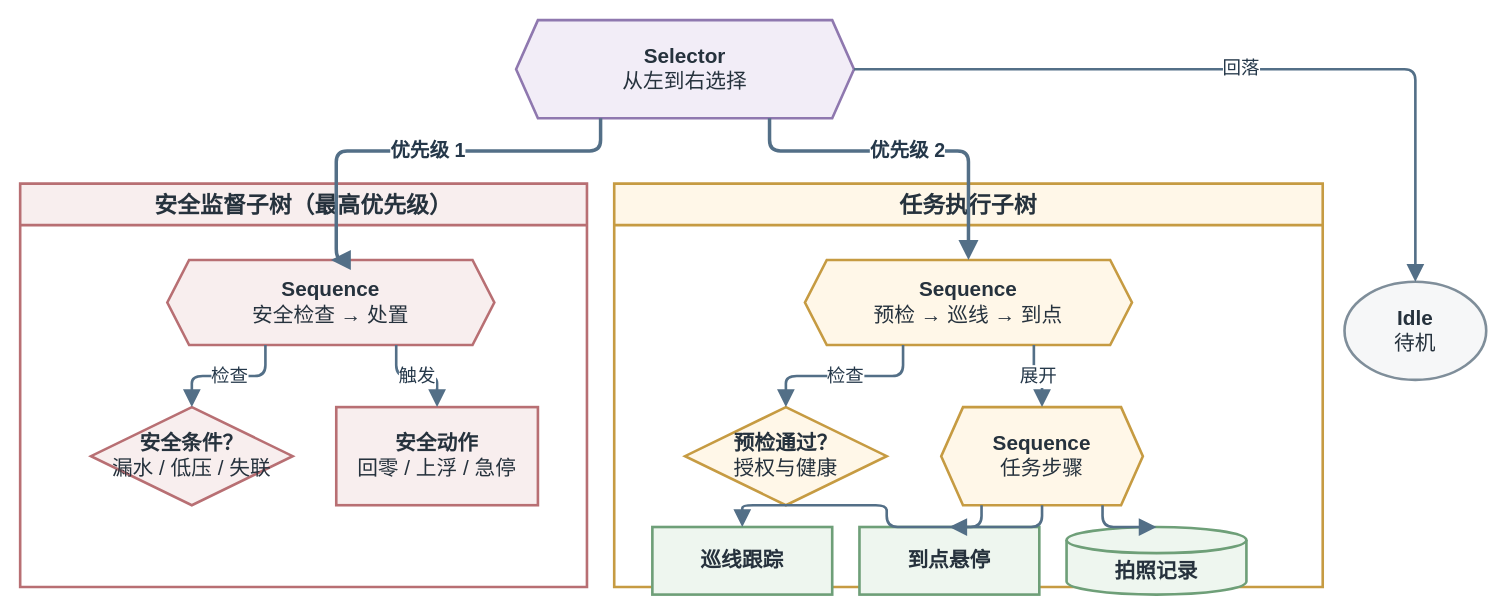
Earlier version of the draw.io diagram docs/thesis/figures/architecture/auv_v2_behavior_tree_illustration.drawio (360ZMEM/AUV-Master-Project). Source tidied: cells renumbered, new cells numbered last; positions are measured from the earlier drawing's top-left corner, leaving out a move shared by most shapes. Both pictures are drawn from the tidied source at 109%, with x=0, y=0 at pixel (20, 20).
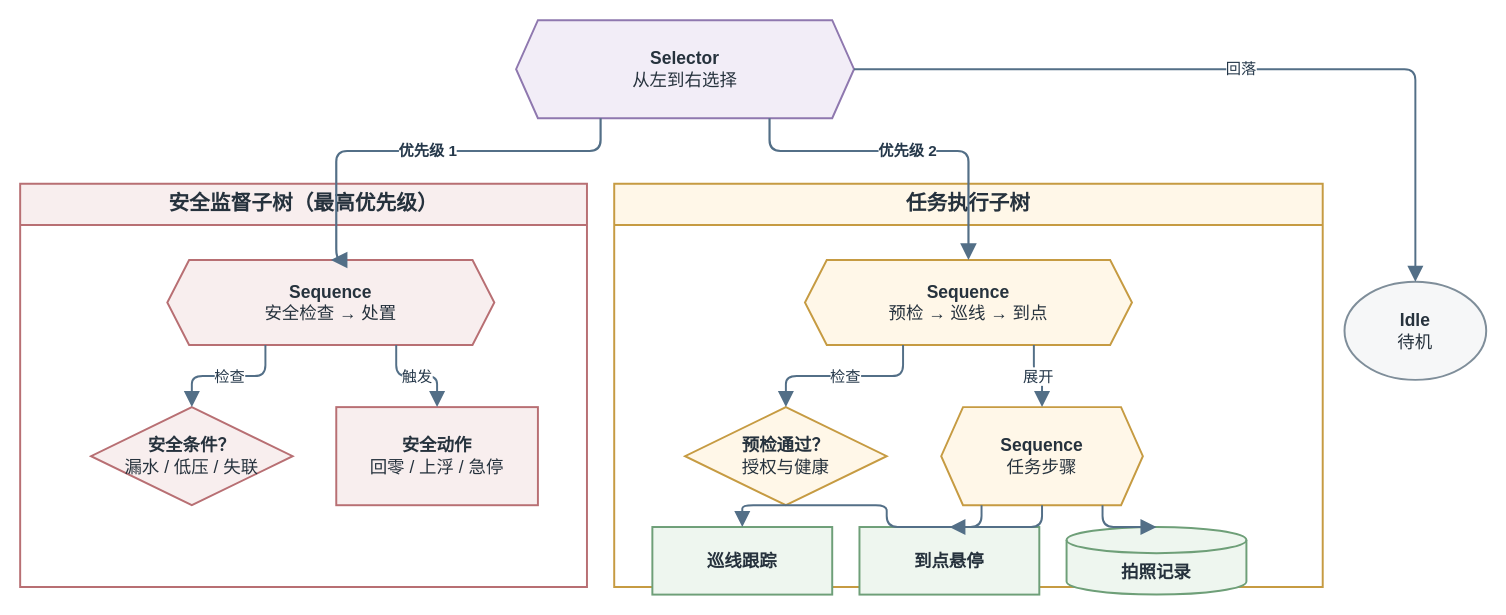
After the change.

Change to the diagram source:
```diff
@@
-    <mxCell id="2" value="安全监督子树（最高优先级）" style="swimlane;whiteSpace=wrap;html=1;startSize=38;rounded=0;fillColor=#F8EEEE;strokeColor=#B86F73;strokeWidth=2.4;fontFamily=Songti SC;fontSize=21;fontStyle=1;fontColor=#26323D;" parent="1" vertex="1">
+    <mxCell id="2" value="安全监督子树（最高优先级）" style="swimlane;whiteSpace=wrap;html=1;startSize=38;rounded=0;fillColor=#F8EEEE;strokeColor=#B86F73;strokeWidth=1.8;fontFamily=Songti SC;fontSize=19;fontStyle=1;fontColor=#26323D;" parent="1" vertex="1">
       <mxGeometry y="150" width="520" height="370" as="geometry" />
     </mxCell>
-    <mxCell id="3" value="任务执行子树" style="swimlane;whiteSpace=wrap;html=1;startSize=38;rounded=0;fillColor=#FFF7E8;strokeColor=#C69B42;strokeWidth=2.4;fontFamily=Songti SC;fontSize=21;fontStyle=1;fontColor=#26323D;" parent="1" vertex="1">
+    <mxCell id="3" value="任务执行子树" style="swimlane;whiteSpace=wrap;html=1;startSize=38;rounded=0;fillColor=#FFF7E8;strokeColor=#C69B42;strokeWidth=1.8;fontFamily=Songti SC;fontSize=19;fontStyle=1;fontColor=#26323D;" parent="1" vertex="1">
       <mxGeometry x="545" y="150" width="650" height="370" as="geometry" />
     </mxCell>
-    <mxCell id="4" value="&lt;b&gt;Selector&lt;/b&gt;&lt;br&gt;从左到右选择" style="shape=hexagon;perimeter=hexagonPerimeter2;fixedSize=1;whiteSpace=wrap;html=1;align=center;verticalAlign=middle;fillColor=#F2EDF7;strokeColor=#8F78AF;strokeWidth=2.4;spacing=8;fontFamily=Songti SC;fontSize=19;fontColor=#26323D;" parent="1" vertex="1">
+    <mxCell id="4" value="&lt;b&gt;Selector&lt;/b&gt;&lt;br&gt;从左到右选择" style="shape=hexagon;perimeter=hexagonPerimeter2;fixedSize=1;whiteSpace=wrap;html=1;align=center;verticalAlign=middle;fillColor=#F2EDF7;strokeColor=#8F78AF;strokeWidth=1.8;spacing=8;fontFamily=Songti SC;fontSize=16;fontColor=#26323D;" parent="1" vertex="1">
       <mxGeometry x="455" width="310" height="90" as="geometry" />
     </mxCell>
-    <mxCell id="5" value="&lt;b&gt;Sequence&lt;/b&gt;&lt;br&gt;安全检查 → 处置" style="shape=hexagon;perimeter=hexagonPerimeter2;fixedSize=1;whiteSpace=wrap;html=1;align=center;verticalAlign=middle;fillColor=#F8EEEE;strokeColor=#B86F73;strokeWidth=2.4;spacing=8;fontFamily=Songti SC;fontSize=19;fontColor=#26323D;" parent="2" vertex="1">
+    <mxCell id="5" value="&lt;b&gt;Sequence&lt;/b&gt;&lt;br&gt;安全检查 → 处置" style="shape=hexagon;perimeter=hexagonPerimeter2;fixedSize=1;whiteSpace=wrap;html=1;align=center;verticalAlign=middle;fillColor=#F8EEEE;strokeColor=#B86F73;strokeWidth=1.8;spacing=8;fontFamily=Songti SC;fontSize=16;fontColor=#26323D;" parent="2" vertex="1">
       <mxGeometry x="135" y="70" width="300" height="78" as="geometry" />
     </mxCell>
-    <mxCell id="6" value="&lt;b&gt;安全条件？&lt;/b&gt;&lt;br&gt;漏水 / 低压 / 失联" style="rhombus;whiteSpace=wrap;html=1;align=center;verticalAlign=middle;fillColor=#F8EEEE;strokeColor=#B86F73;strokeWidth=2.4;spacing=8;fontFamily=Songti SC;fontSize=19;fontColor=#26323D;" parent="2" vertex="1">
+    <mxCell id="6" value="&lt;b&gt;安全条件？&lt;/b&gt;&lt;br&gt;漏水 / 低压 / 失联" style="rhombus;whiteSpace=wrap;html=1;align=center;verticalAlign=middle;fillColor=#F8EEEE;strokeColor=#B86F73;strokeWidth=1.8;spacing=8;fontFamily=Songti SC;fontSize=16;fontColor=#26323D;" parent="2" vertex="1">
       <mxGeometry x="65" y="205" width="185" height="90" as="geometry" />
     </mxCell>
-    <mxCell id="7" value="&lt;b&gt;安全动作&lt;/b&gt;&lt;br&gt;回零 / 上浮 / 急停" style="rounded=0;whiteSpace=wrap;html=1;align=center;verticalAlign=middle;fillColor=#F8EEEE;strokeColor=#B86F73;strokeWidth=2.4;spacing=8;fontFamily=Songti SC;fontSize=19;fontColor=#26323D;" parent="2" vertex="1">
+    <mxCell id="7" value="&lt;b&gt;安全动作&lt;/b&gt;&lt;br&gt;回零 / 上浮 / 急停" style="rounded=0;whiteSpace=wrap;html=1;align=center;verticalAlign=middle;fillColor=#F8EEEE;strokeColor=#B86F73;strokeWidth=1.8;spacing=8;fontFamily=Songti SC;fontSize=16;fontColor=#26323D;" parent="2" vertex="1">
       <mxGeometry x="290" y="205" width="185" height="90" as="geometry" />
     </mxCell>
-    <mxCell id="8" value="&lt;b&gt;Sequence&lt;/b&gt;&lt;br&gt;预检 → 巡线 → 到点" style="shape=hexagon;perimeter=hexagonPerimeter2;fixedSize=1;whiteSpace=wrap;html=1;align=center;verticalAlign=middle;fillColor=#FFF7E8;strokeColor=#C69B42;strokeWidth=2.4;spacing=8;fontFamily=Songti SC;fontSize=19;fontColor=#26323D;" parent="3" vertex="1">
+    <mxCell id="8" value="&lt;b&gt;Sequence&lt;/b&gt;&lt;br&gt;预检 → 巡线 → 到点" style="shape=hexagon;perimeter=hexagonPerimeter2;fixedSize=1;whiteSpace=wrap;html=1;align=center;verticalAlign=middle;fillColor=#FFF7E8;strokeColor=#C69B42;strokeWidth=1.8;spacing=8;fontFamily=Songti SC;fontSize=16;fontColor=#26323D;" parent="3" vertex="1">
       <mxGeometry x="175" y="70" width="300" height="78" as="geometry" />
     </mxCell>
-    <mxCell id="9" value="&lt;b&gt;预检通过？&lt;/b&gt;&lt;br&gt;授权与健康" style="rhombus;whiteSpace=wrap;html=1;align=center;verticalAlign=middle;fillColor=#FFF7E8;strokeColor=#C69B42;strokeWidth=2.4;spacing=8;fontFamily=Songti SC;fontSize=19;fontColor=#26323D;" parent="3" vertex="1">
+    <mxCell id="9" value="&lt;b&gt;预检通过？&lt;/b&gt;&lt;br&gt;授权与健康" style="rhombus;whiteSpace=wrap;html=1;align=center;verticalAlign=middle;fillColor=#FFF7E8;strokeColor=#C69B42;strokeWidth=1.8;spacing=8;fontFamily=Songti SC;fontSize=16;fontColor=#26323D;" parent="3" vertex="1">
       <mxGeometry x="65" y="205" width="185" height="90" as="geometry" />
     </mxCell>
-    <mxCell id="10" value="&lt;b&gt;Sequence&lt;/b&gt;&lt;br&gt;任务步骤" style="shape=hexagon;perimeter=hexagonPerimeter2;fixedSize=1;whiteSpace=wrap;html=1;align=center;verticalAlign=middle;fillColor=#FFF7E8;strokeColor=#C69B42;strokeWidth=2.4;spacing=8;fontFamily=Songti SC;fontSize=19;fontColor=#26323D;" parent="3" vertex="1">
+    <mxCell id="10" value="&lt;b&gt;Sequence&lt;/b&gt;&lt;br&gt;任务步骤" style="shape=hexagon;perimeter=hexagonPerimeter2;fixedSize=1;whiteSpace=wrap;html=1;align=center;verticalAlign=middle;fillColor=#FFF7E8;strokeColor=#C69B42;strokeWidth=1.8;spacing=8;fontFamily=Songti SC;fontSize=16;fontColor=#26323D;" parent="3" vertex="1">
       <mxGeometry x="300" y="205" width="185" height="90" as="geometry" />
     </mxCell>
-    <mxCell id="11" value="&lt;b&gt;巡线跟踪&lt;/b&gt;" style="rounded=0;whiteSpace=wrap;html=1;align=center;verticalAlign=middle;fillColor=#EEF6EF;strokeColor=#6E9F78;strokeWidth=2.4;spacing=8;fontFamily=Songti SC;fontSize=19;fontColor=#26323D;" parent="3" vertex="1">
+    <mxCell id="11" value="&lt;b&gt;巡线跟踪&lt;/b&gt;" style="rounded=0;whiteSpace=wrap;html=1;align=center;verticalAlign=middle;fillColor=#EEF6EF;strokeColor=#6E9F78;strokeWidth=1.8;spacing=8;fontFamily=Songti SC;fontSize=16;fontColor=#26323D;" parent="3" vertex="1">
       <mxGeometry x="35" y="315" width="165" height="62" as="geometry" />
     </mxCell>
-    <mxCell id="12" value="&lt;b&gt;到点悬停&lt;/b&gt;" style="rounded=0;whiteSpace=wrap;html=1;align=center;verticalAlign=middle;fillColor=#EEF6EF;strokeColor=#6E9F78;strokeWidth=2.4;spacing=8;fontFamily=Songti SC;fontSize=19;fontColor=#26323D;" parent="3" vertex="1">
+    <mxCell id="12" value="&lt;b&gt;到点悬停&lt;/b&gt;" style="rounded=0;whiteSpace=wrap;html=1;align=center;verticalAlign=middle;fillColor=#EEF6EF;strokeColor=#6E9F78;strokeWidth=1.8;spacing=8;fontFamily=Songti SC;fontSize=16;fontColor=#26323D;" parent="3" vertex="1">
       <mxGeometry x="225" y="315" width="165" height="62" as="geometry" />
     </mxCell>
-    <mxCell id="13" value="&lt;b&gt;拍照记录&lt;/b&gt;" style="shape=cylinder3;boundedLbl=1;backgroundOutline=1;size=12;whiteSpace=wrap;html=1;align=center;verticalAlign=middle;fillColor=#EEF6EF;strokeColor=#6E9F78;strokeWidth=2.4;spacing=8;fontFamily=Songti SC;fontSize=19;fontColor=#26323D;" parent="3" vertex="1">
+    <mxCell id="13" value="&lt;b&gt;拍照记录&lt;/b&gt;" style="shape=cylinder3;boundedLbl=1;backgroundOutline=1;size=12;whiteSpace=wrap;html=1;align=center;verticalAlign=middle;fillColor=#EEF6EF;strokeColor=#6E9F78;strokeWidth=1.8;spacing=8;fontFamily=Songti SC;fontSize=16;fontColor=#26323D;" parent="3" vertex="1">
       <mxGeometry x="415" y="315" width="165" height="62" as="geometry" />
     </mxCell>
-    <mxCell id="14" value="&lt;b&gt;Idle&lt;/b&gt;&lt;br&gt;待机" style="ellipse;whiteSpace=wrap;html=1;align=center;verticalAlign=middle;fillColor=#F6F7F8;strokeColor=#7F8E9A;strokeWidth=2.4;spacing=8;fontFamily=Songti SC;fontSize=19;fontColor=#26323D;" parent="1" vertex="1">
+    <mxCell id="14" value="&lt;b&gt;Idle&lt;/b&gt;&lt;br&gt;待机" style="ellipse;whiteSpace=wrap;html=1;align=center;verticalAlign=middle;fillColor=#F6F7F8;strokeColor=#7F8E9A;strokeWidth=1.8;spacing=8;fontFamily=Songti SC;fontSize=16;fontColor=#26323D;" parent="1" vertex="1">
       <mxGeometry x="1215" y="240" width="130" height="90" as="geometry" />
     </mxCell>
-    <mxCell id="15" value="优先级 1" style="edgeStyle=orthogonalEdgeStyle;rounded=1;jettySize=auto;html=1;strokeColor=#536F87;strokeWidth=3.2;fontFamily=Songti SC;fontSize=18;fontStyle=1;fontColor=#25384A;labelBackgroundColor=#FFFFFF;labelBorderColor=none;endArrow=block;endFill=1;endSize=10;exitX=0.25;exitY=1;entryX=0.5;entryY=0;" parent="1" edge="1" source="4" target="5">
+    <mxCell id="15" value="优先级 1" style="edgeStyle=orthogonalEdgeStyle;rounded=1;jettySize=auto;html=1;strokeColor=#536F87;strokeWidth=2.0;fontFamily=Songti SC;fontSize=14;fontStyle=1;fontColor=#25384A;labelBackgroundColor=#FFFFFF;labelBorderColor=none;endArrow=block;endFill=1;endSize=10;exitX=0.25;exitY=1;entryX=0.5;entryY=0;" parent="1" edge="1" source="4" target="5">
       <mxGeometry relative="1" as="geometry">
         <Array as="points">
           <mxPoint x="290" y="120" />
         </Array>
       </mxGeometry>
     </mxCell>
-    <mxCell id="16" value="优先级 2" style="edgeStyle=orthogonalEdgeStyle;rounded=1;jettySize=auto;html=1;strokeColor=#536F87;strokeWidth=3.2;fontFamily=Songti SC;fontSize=18;fontStyle=1;fontColor=#25384A;labelBackgroundColor=#FFFFFF;labelBorderColor=none;endArrow=block;endFill=1;endSize=10;exitX=0.75;exitY=1;entryX=0.5;entryY=0;" parent="1" edge="1" source="4" target="8">
+    <mxCell id="16" value="优先级 2" style="edgeStyle=orthogonalEdgeStyle;rounded=1;jettySize=auto;html=1;strokeColor=#536F87;strokeWidth=2.0;fontFamily=Songti SC;fontSize=14;fontStyle=1;fontColor=#25384A;labelBackgroundColor=#FFFFFF;labelBorderColor=none;endArrow=block;endFill=1;endSize=10;exitX=0.75;exitY=1;entryX=0.5;entryY=0;" parent="1" edge="1" source="4" target="8">
       <mxGeometry relative="1" as="geometry">
         <Array as="points">
           <mxPoint x="870" y="120" />
         </Array>
       </mxGeometry>
     </mxCell>
-    <mxCell id="17" value="回落" style="edgeStyle=orthogonalEdgeStyle;rounded=1;jettySize=auto;html=1;strokeColor=#536F87;strokeWidth=2.4;fontFamily=Songti SC;fontSize=17;fontColor=#25384A;labelBackgroundColor=#FFFFFF;labelBorderColor=none;endArrow=block;endFill=1;endSize=10;exitX=1;entryX=0;" parent="1" edge="1" source="4" target="14">
+    <mxCell id="17" value="回落" style="edgeStyle=orthogonalEdgeStyle;rounded=1;jettySize=auto;html=1;strokeColor=#536F87;strokeWidth=1.8;fontFamily=Songti SC;fontSize=14;fontColor=#25384A;labelBackgroundColor=#FFFFFF;labelBorderColor=none;endArrow=block;endFill=1;endSize=10;exitX=1;entryX=0;" parent="1" edge="1" source="4" target="14">
       <mxGeometry relative="1" as="geometry" />
     </mxCell>
-    <mxCell id="18" value="检查" style="edgeStyle=orthogonalEdgeStyle;rounded=1;jettySize=auto;html=1;strokeColor=#536F87;strokeWidth=2.4;fontFamily=Songti SC;fontSize=17;fontColor=#25384A;labelBackgroundColor=#FFFFFF;labelBorderColor=none;endArrow=block;endFill=1;endSize=10;exitX=0.3;exitY=1;entryX=0.5;entryY=0;" parent="1" edge="1" source="5" target="6">
+    <mxCell id="18" value="检查" style="edgeStyle=orthogonalEdgeStyle;rounded=1;jettySize=auto;html=1;strokeColor=#536F87;strokeWidth=1.8;fontFamily=Songti SC;fontSize=14;fontColor=#25384A;labelBackgroundColor=#FFFFFF;labelBorderColor=none;endArrow=block;endFill=1;endSize=10;exitX=0.3;exitY=1;entryX=0.5;entryY=0;" parent="1" edge="1" source="5" target="6">
       <mxGeometry relative="1" as="geometry" />
     </mxCell>
-    <mxCell id="19" value="触发" style="edgeStyle=orthogonalEdgeStyle;rounded=1;jettySize=auto;html=1;strokeColor=#536F87;strokeWidth=2.4;fontFamily=Songti SC;fontSize=17;fontColor=#25384A;labelBackgroundColor=#FFFFFF;labelBorderColor=none;endArrow=block;endFill=1;endSize=10;exitX=0.7;exitY=1;entryX=0.5;entryY=0;" parent="1" edge="1" source="5" target="7">
+    <mxCell id="19" value="触发" style="edgeStyle=orthogonalEdgeStyle;rounded=1;jettySize=auto;html=1;strokeColor=#536F87;strokeWidth=1.8;fontFamily=Songti SC;fontSize=14;fontColor=#25384A;labelBackgroundColor=#FFFFFF;labelBorderColor=none;endArrow=block;endFill=1;endSize=10;exitX=0.7;exitY=1;entryX=0.5;entryY=0;" parent="1" edge="1" source="5" target="7">
       <mxGeometry relative="1" as="geometry" />
     </mxCell>
-    <mxCell id="20" value="检查" style="edgeStyle=orthogonalEdgeStyle;rounded=1;jettySize=auto;html=1;strokeColor=#536F87;strokeWidth=2.4;fontFamily=Songti SC;fontSize=17;fontColor=#25384A;labelBackgroundColor=#FFFFFF;labelBorderColor=none;endArrow=block;endFill=1;endSize=10;exitX=0.3;exitY=1;entryX=0.5;entryY=0;" parent="1" edge="1" source="8" target="9">
+    <mxCell id="20" value="检查" style="edgeStyle=orthogonalEdgeStyle;rounded=1;jettySize=auto;html=1;strokeColor=#536F87;strokeWidth=1.8;fontFamily=Songti SC;fontSize=14;fontColor=#25384A;labelBackgroundColor=#FFFFFF;labelBorderColor=none;endArrow=block;endFill=1;endSize=10;exitX=0.3;exitY=1;entryX=0.5;entryY=0;" parent="1" edge="1" source="8" target="9">
       <mxGeometry relative="1" as="geometry" />
     </mxCell>
-    <mxCell id="21" value="展开" style="edgeStyle=orthogonalEdgeStyle;rounded=1;jettySize=auto;html=1;strokeColor=#536F87;strokeWidth=2.4;fontFamily=Songti SC;fontSize=17;fontColor=#25384A;labelBackgroundColor=#FFFFFF;labelBorderColor=none;endArrow=block;endFill=1;endSize=10;exitX=0.7;exitY=1;entryX=0.5;entryY=0;" parent="1" edge="1" source="8" target="10">
+    <mxCell id="21" value="展开" style="edgeStyle=orthogonalEdgeStyle;rounded=1;jettySize=auto;html=1;strokeColor=#536F87;strokeWidth=1.8;fontFamily=Songti SC;fontSize=14;fontColor=#25384A;labelBackgroundColor=#FFFFFF;labelBorderColor=none;endArrow=block;endFill=1;endSize=10;exitX=0.7;exitY=1;entryX=0.5;entryY=0;" parent="1" edge="1" source="8" target="10">
       <mxGeometry relative="1" as="geometry" />
     </mxCell>
-    <mxCell id="22" style="edgeStyle=orthogonalEdgeStyle;rounded=1;jettySize=auto;html=1;strokeColor=#536F87;strokeWidth=2.4;fontFamily=Songti SC;fontSize=17;fontColor=#25384A;labelBackgroundColor=#FFFFFF;labelBorderColor=none;endArrow=block;endFill=1;endSize=10;exitX=0.2;exitY=1;entryX=0.5;entryY=0;" parent="1" edge="1" source="10" target="11">
+    <mxCell id="22" style="edgeStyle=orthogonalEdgeStyle;rounded=1;jettySize=auto;html=1;strokeColor=#536F87;strokeWidth=1.8;fontFamily=Songti SC;fontSize=14;fontColor=#25384A;labelBackgroundColor=#FFFFFF;labelBorderColor=none;endArrow=block;endFill=1;endSize=10;exitX=0.2;exitY=1;entryX=0.5;entryY=0;" parent="1" edge="1" source="10" target="11">
       <mxGeometry relative="1" as="geometry" />
     </mxCell>
-    <mxCell id="23" style="edgeStyle=orthogonalEdgeStyle;rounded=1;jettySize=auto;html=1;strokeColor=#536F87;strokeWidth=2.4;fontFamily=Songti SC;fontSize=17;fontColor=#25384A;labelBackgroundColor=#FFFFFF;labelBorderColor=none;endArrow=block;endFill=1;endSize=10;exitX=0.5;exitY=1;entryX=0.5;entryY=0;" parent="1" edge="1" source="10" target="12">
+    <mxCell id="23" style="edgeStyle=orthogonalEdgeStyle;rounded=1;jettySize=auto;html=1;strokeColor=#536F87;strokeWidth=1.8;fontFamily=Songti SC;fontSize=14;fontColor=#25384A;labelBackgroundColor=#FFFFFF;labelBorderColor=none;endArrow=block;endFill=1;endSize=10;exitX=0.5;exitY=1;entryX=0.5;entryY=0;" parent="1" edge="1" source="10" target="12">
       <mxGeometry relative="1" as="geometry" />
     </mxCell>
-    <mxCell id="24" style="edgeStyle=orthogonalEdgeStyle;rounded=1;jettySize=auto;html=1;strokeColor=#536F87;strokeWidth=2.4;fontFamily=Songti SC;fontSize=17;fontColor=#25384A;labelBackgroundColor=#FFFFFF;labelBorderColor=none;endArrow=block;endFill=1;endSize=10;exitX=0.8;exitY=1;entryX=0.5;entryY=0;" parent="1" edge="1" source="10" target="13">
+    <mxCell id="24" style="edgeStyle=orthogonalEdgeStyle;rounded=1;jettySize=auto;html=1;strokeColor=#536F87;strokeWidth=1.8;fontFamily=Songti SC;fontSize=14;fontColor=#25384A;labelBackgroundColor=#FFFFFF;labelBorderColor=none;endArrow=block;endFill=1;endSize=10;exitX=0.8;exitY=1;entryX=0.5;entryY=0;" parent="1" edge="1" source="10" target="13">
       <mxGeometry relative="1" as="geometry" />
     </mxCell>
```
